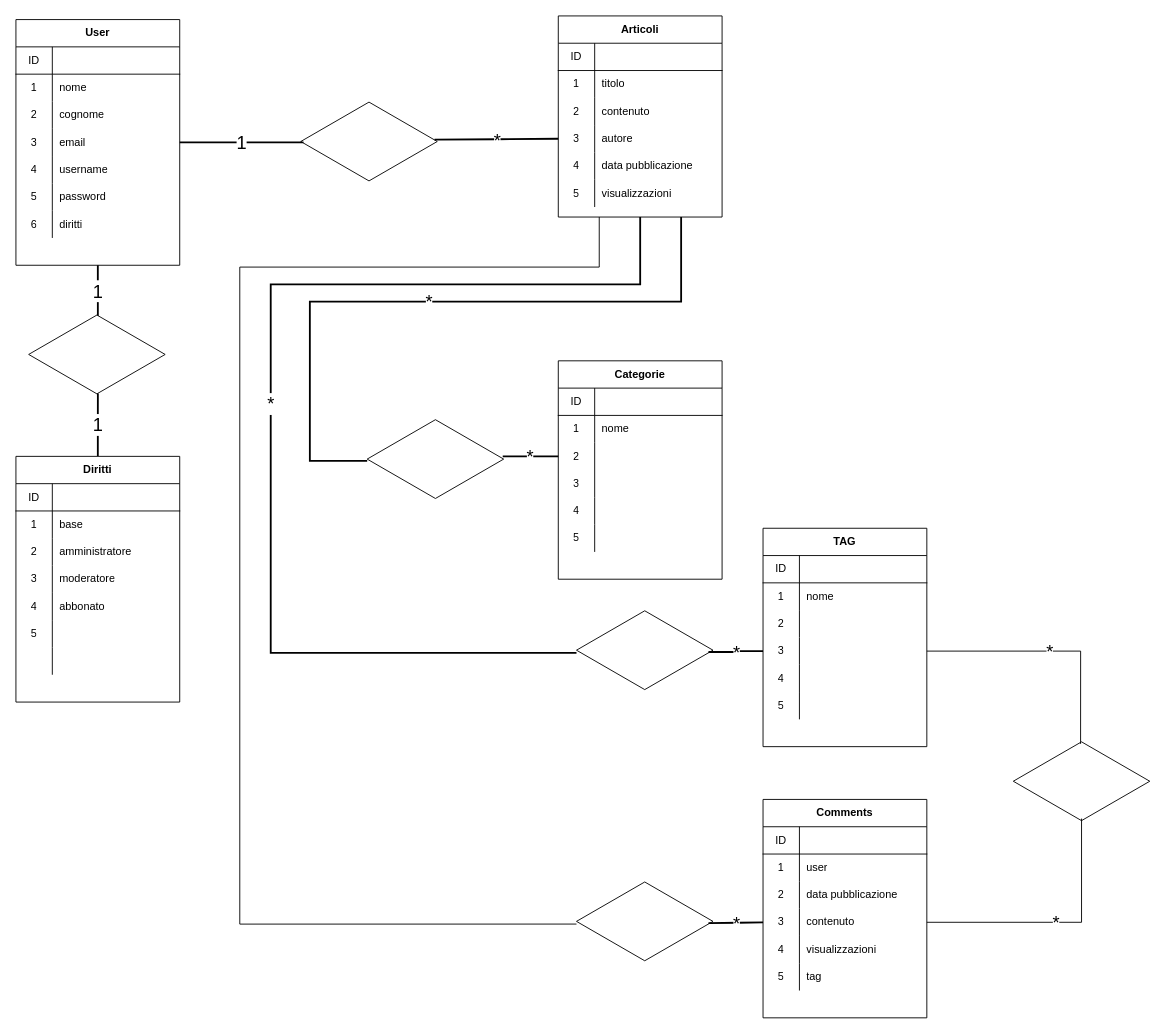
The draw.io diagram db.drawio in andreamazza84/php-oop-2, before the edit. Source tidied: cells renumbered, new cells numbered last; positions are measured from the earlier drawing's top-left corner, leaving out a move shared by most shapes. Both pictures are drawn from the tidied source at 91%, with x=0, y=0 at pixel (15, 15).
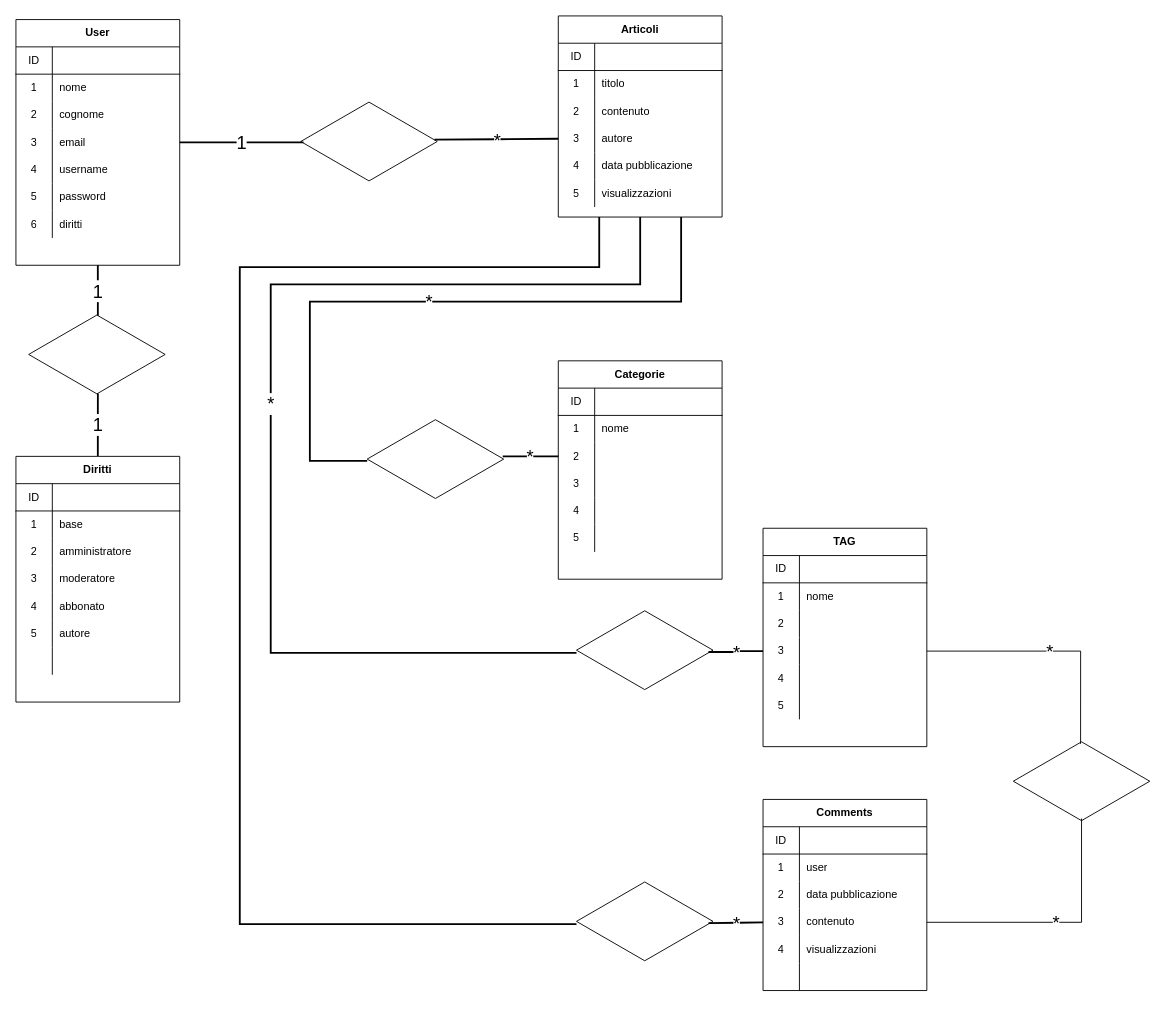
The same page after the edit.

The change refers to these unchanged cells:
```xml
<mxCell id="28" value="Articoli" style="shape=table;html=1;whiteSpace=wrap;startSize=30;childLayout=tableLayout;rowLines=0;fontStyle=1;align=center;" parent="1" vertex="1">
  <mxGeometry x="596" width="180" height="221" as="geometry" />
</mxCell>
<mxCell id="109" style="shape=partialRectangle;html=1;whiteSpace=wrap;fillColor=none;top=0;left=0;bottom=0;right=0;" parent="93" vertex="1">
  <mxGeometry y="180" width="180" height="30" as="geometry" />
</mxCell>
<mxCell id="132" style="shape=partialRectangle;html=1;whiteSpace=wrap;fillColor=none;top=0;left=0;bottom=0;right=0;" parent="116" vertex="1">
  <mxGeometry y="180" width="180" height="30" as="geometry" />
</mxCell>
<mxCell id="135" style="html=1;whiteSpace=wrap;shape=isoRectangle;" parent="1" vertex="1">
  <mxGeometry x="616" y="950" width="150" height="90" as="geometry" />
</mxCell>
```

What changed in the source:
```diff
@@
-    <mxCell id="27" style="edgeStyle=orthogonalEdgeStyle;rounded=0;jettySize=auto;html=1;exitX=0.25;exitY=1;exitDx=0;exitDy=0;entryX=0;entryY=0.533;entryDx=0;entryDy=0;entryPerimeter=0;endArrow=none;endFill=0;" parent="1" edge="1" source="28" target="135">
+    <mxCell id="27" style="edgeStyle=orthogonalEdgeStyle;rounded=0;jettySize=auto;html=1;exitX=0.25;exitY=1;exitDx=0;exitDy=0;entryX=0;entryY=0.533;entryDx=0;entryDy=0;entryPerimeter=0;endArrow=none;endFill=0;strokeWidth=2;" parent="1" edge="1" source="28" target="135">
       <mxGeometry relative="1" as="geometry">
         <Array as="points">
           <mxPoint x="641" y="276" />
           <mxPoint x="246" y="276" />
           <mxPoint x="246" y="998" />
         </Array>
       </mxGeometry>
     </mxCell>
@@
-    <mxCell id="111" style="shape=partialRectangle;html=1;whiteSpace=wrap;fillColor=none;top=0;left=0;bottom=0;right=0;align=left;spacingLeft=6;overflow=hidden;" parent="109" vertex="1">
+    <mxCell id="111" value="autore" style="shape=partialRectangle;html=1;whiteSpace=wrap;fillColor=none;top=0;left=0;bottom=0;right=0;align=left;spacingLeft=6;overflow=hidden;" parent="109" vertex="1">
       <mxGeometry x="40" width="140" height="30" as="geometry" />
     </mxCell>
@@
     <mxCell id="116" value="Comments" style="shape=table;html=1;whiteSpace=wrap;startSize=30;childLayout=tableLayout;rowLines=0;fontStyle=1;align=center;" parent="1" vertex="1">
-      <mxGeometry x="821" y="861" width="180" height="240" as="geometry" />
+      <mxGeometry x="821" y="861" width="180" height="210" as="geometry" />
     </mxCell>
@@
-    <mxCell id="133" value="5" style="shape=partialRectangle;html=1;whiteSpace=wrap;fillColor=none;top=0;left=0;bottom=0;right=0;overflow=hidden;" parent="132" vertex="1">
+    <mxCell id="133" style="shape=partialRectangle;html=1;whiteSpace=wrap;fillColor=none;top=0;left=0;bottom=0;right=0;overflow=hidden;" parent="132" vertex="1">
       <mxGeometry width="40" height="30" as="geometry" />
     </mxCell>
-    <mxCell id="134" value="tag" style="shape=partialRectangle;html=1;whiteSpace=wrap;fillColor=none;top=0;left=0;bottom=0;right=0;align=left;spacingLeft=6;overflow=hidden;" parent="132" vertex="1">
+    <mxCell id="134" style="shape=partialRectangle;html=1;whiteSpace=wrap;fillColor=none;top=0;left=0;bottom=0;right=0;align=left;spacingLeft=6;overflow=hidden;" parent="132" vertex="1">
       <mxGeometry x="40" width="140" height="30" as="geometry" />
     </mxCell>
```
